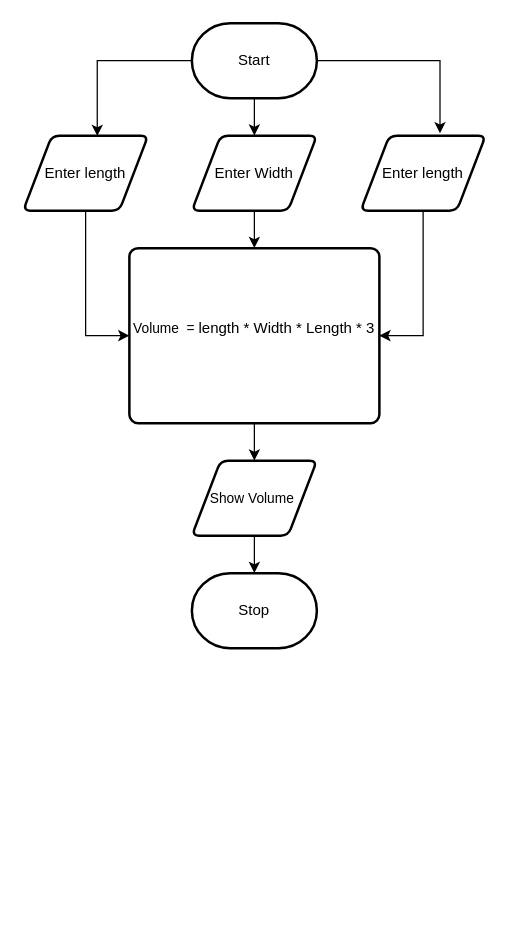
Before: design/flowchart.drawio in MTHS-ICS2O-2-2022/ICS2O-Unit-3-02-Olivia-Boyce-Richardson, a draw.io diagram. Source tidied: cells renumbered, new cells numbered last; positions are measured from the earlier drawing's top-left corner, leaving out a move shared by most shapes. Both pictures are drawn from the tidied source at 125%, with x=0, y=0 at pixel (22, 22).
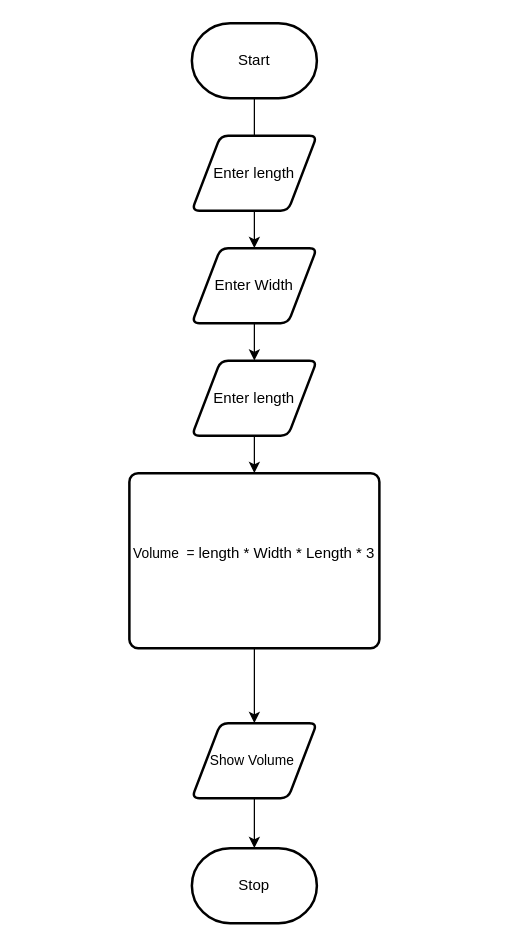
Above is the later version.

Change to the diagram source:
```diff
@@
 <mxGraphModel>
   <root>
     <mxCell id="0" />
     <mxCell id="1" parent="0" />
-    <mxCell id="2" style="edgeStyle=orthogonalEdgeStyle;html=1;" parent="1" edge="1" source="5" target="10">
+    <mxCell id="2" style="edgeStyle=orthogonalEdgeStyle;html=1;startArrow=none;" parent="1" edge="1" source="8" target="10">
       <mxGeometry relative="1" as="geometry" />
     </mxCell>
-    <mxCell id="3" style="edgeStyle=orthogonalEdgeStyle;html=1;entryX=0.593;entryY=0.004;entryDx=0;entryDy=0;entryPerimeter=0;rounded=0;" parent="1" edge="1" source="5" target="8">
-      <mxGeometry relative="1" as="geometry" />
-    </mxCell>
-    <mxCell id="4" style="edgeStyle=orthogonalEdgeStyle;html=1;entryX=0.635;entryY=-0.031;entryDx=0;entryDy=0;entryPerimeter=0;rounded=0;" parent="1" edge="1" source="5" target="12">
-      <mxGeometry relative="1" as="geometry" />
-    </mxCell>
     <mxCell id="5" value="Start" style="strokeWidth=2;html=1;shape=mxgraph.flowchart.terminator;whiteSpace=wrap;" parent="1" vertex="1">
       <mxGeometry x="135" width="100" height="60" as="geometry" />
     </mxCell>
     <mxCell id="6" value="Stop" style="strokeWidth=2;html=1;shape=mxgraph.flowchart.terminator;whiteSpace=wrap;" parent="1" vertex="1">
-      <mxGeometry x="135" y="440" width="100" height="60" as="geometry" />
+      <mxGeometry x="135" y="660" width="100" height="60" as="geometry" />
     </mxCell>
-    <mxCell id="7" style="edgeStyle=orthogonalEdgeStyle;shape=connector;rounded=0;html=1;labelBackgroundColor=default;strokeColor=default;fontFamily=Helvetica;fontSize=11;fontColor=default;endArrow=classic;entryX=0;entryY=0.5;entryDx=0;entryDy=0;" parent="1" edge="1" source="8" target="14">
-      <mxGeometry relative="1" as="geometry" />
-    </mxCell>
-    <mxCell id="8" value="Enter length" style="shape=parallelogram;html=1;strokeWidth=2;perimeter=parallelogramPerimeter;whiteSpace=wrap;rounded=1;arcSize=12;size=0.23;" parent="1" vertex="1">
-      <mxGeometry y="90" width="100" height="60" as="geometry" />
-    </mxCell>
-    <mxCell id="9" style="edgeStyle=orthogonalEdgeStyle;shape=connector;rounded=0;html=1;labelBackgroundColor=default;strokeColor=default;fontFamily=Helvetica;fontSize=11;fontColor=default;endArrow=classic;" parent="1" edge="1" source="10" target="14">
-      <mxGeometry relative="1" as="geometry" />
-    </mxCell>
+    <mxCell id="17" style="edgeStyle=none;html=1;" parent="1" edge="1" source="10" target="12">
+      <mxGeometry relative="1" as="geometry" />
+    </mxCell>
     <mxCell id="10" value="Enter Width" style="shape=parallelogram;html=1;strokeWidth=2;perimeter=parallelogramPerimeter;whiteSpace=wrap;rounded=1;arcSize=12;size=0.23;" parent="1" vertex="1">
-      <mxGeometry x="135" y="90" width="100" height="60" as="geometry" />
+      <mxGeometry x="135" y="180" width="100" height="60" as="geometry" />
     </mxCell>
-    <mxCell id="11" style="edgeStyle=orthogonalEdgeStyle;shape=connector;rounded=0;html=1;labelBackgroundColor=default;strokeColor=default;fontFamily=Helvetica;fontSize=11;fontColor=default;endArrow=classic;entryX=1;entryY=0.5;entryDx=0;entryDy=0;" parent="1" edge="1" source="12" target="14">
+    <mxCell id="11" style="edgeStyle=none;html=1;" parent="1" edge="1" source="12" target="14">
       <mxGeometry relative="1" as="geometry" />
     </mxCell>
     <mxCell id="12" value="Enter length" style="shape=parallelogram;html=1;strokeWidth=2;perimeter=parallelogramPerimeter;whiteSpace=wrap;rounded=1;arcSize=12;size=0.23;" parent="1" vertex="1">
-      <mxGeometry x="270" y="90" width="100" height="60" as="geometry" />
+      <mxGeometry x="135" y="270" width="100" height="60" as="geometry" />
     </mxCell>
     <mxCell id="13" style="edgeStyle=orthogonalEdgeStyle;shape=connector;rounded=0;html=1;labelBackgroundColor=default;strokeColor=default;fontFamily=Helvetica;fontSize=11;fontColor=default;endArrow=classic;" parent="1" edge="1" source="14" target="16">
       <mxGeometry relative="1" as="geometry" />
     </mxCell>
     <mxCell id="14" value="Volume&amp;nbsp; =&amp;nbsp;&lt;span style=&quot;font-size: 12px;&quot;&gt;length * Width * Length * 3&lt;/span&gt;&lt;br&gt;&amp;nbsp;" style="rounded=1;whiteSpace=wrap;html=1;absoluteArcSize=1;arcSize=14;strokeWidth=2;fontFamily=Helvetica;fontSize=11;fontColor=default;" parent="1" vertex="1">
-      <mxGeometry x="85" y="180" width="200" height="140" as="geometry" />
+      <mxGeometry x="85" y="360" width="200" height="140" as="geometry" />
     </mxCell>
     <mxCell id="15" style="edgeStyle=orthogonalEdgeStyle;shape=connector;rounded=0;html=1;labelBackgroundColor=default;strokeColor=default;fontFamily=Helvetica;fontSize=11;fontColor=default;endArrow=classic;" parent="1" edge="1" source="16" target="6">
       <mxGeometry relative="1" as="geometry" />
     </mxCell>
     <mxCell id="16" value="Show Volume&amp;nbsp;" style="shape=parallelogram;html=1;strokeWidth=2;perimeter=parallelogramPerimeter;whiteSpace=wrap;rounded=1;arcSize=12;size=0.23;fontFamily=Helvetica;fontSize=11;fontColor=default;" parent="1" vertex="1">
-      <mxGeometry x="135" y="350" width="100" height="60" as="geometry" />
+      <mxGeometry x="135" y="560" width="100" height="60" as="geometry" />
     </mxCell>
+    <mxCell id="3" style="edgeStyle=orthogonalEdgeStyle;html=1;endArrow=none;" parent="1" edge="1" source="5" target="8">
+      <mxGeometry relative="1" as="geometry" />
+    </mxCell>
+    <mxCell id="8" value="Enter length" style="shape=parallelogram;html=1;strokeWidth=2;perimeter=parallelogramPerimeter;whiteSpace=wrap;rounded=1;arcSize=12;size=0.23;" parent="1" vertex="1">
+      <mxGeometry x="135" y="90" width="100" height="60" as="geometry" />
+    </mxCell>
   </root>
 </mxGraphModel>
```
